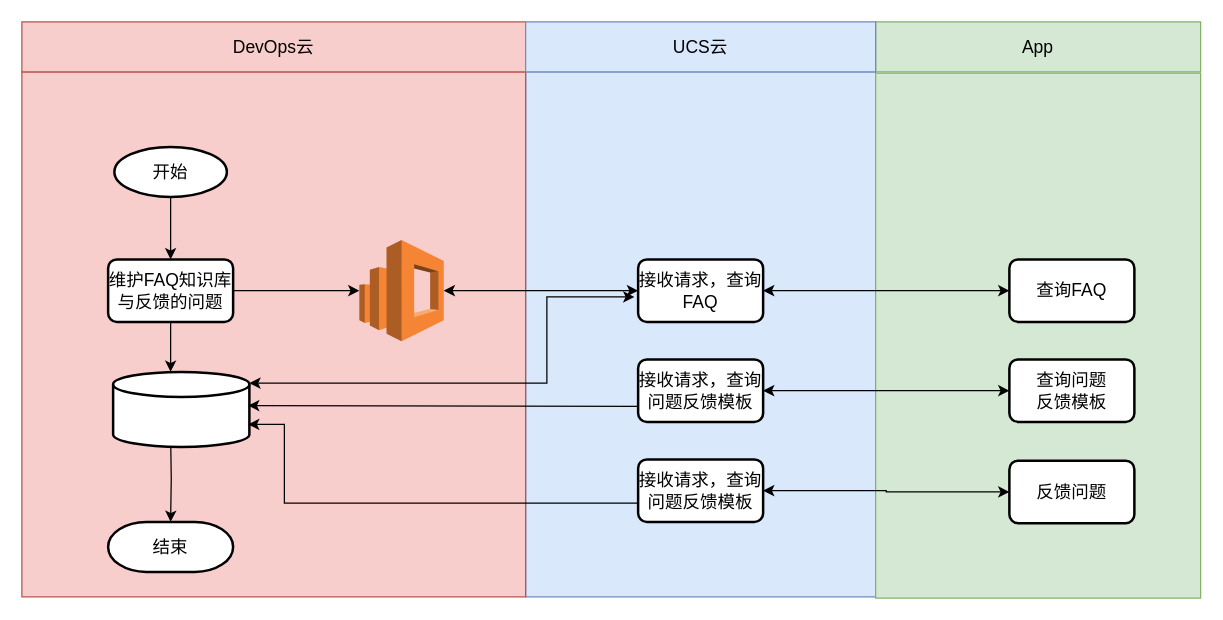
HuaHero/OnLineFaq keeps this draw.io diagram as FAQ总体流程图2-Simple.drawio. Above is the earlier version. Source tidied: cells renumbered, new cells numbered last; positions are measured from the earlier drawing's top-left corner, leaving out a move shared by most shapes. Both pictures are drawn from the tidied source at 125%, with x=0, y=0 at pixel (21, 21).
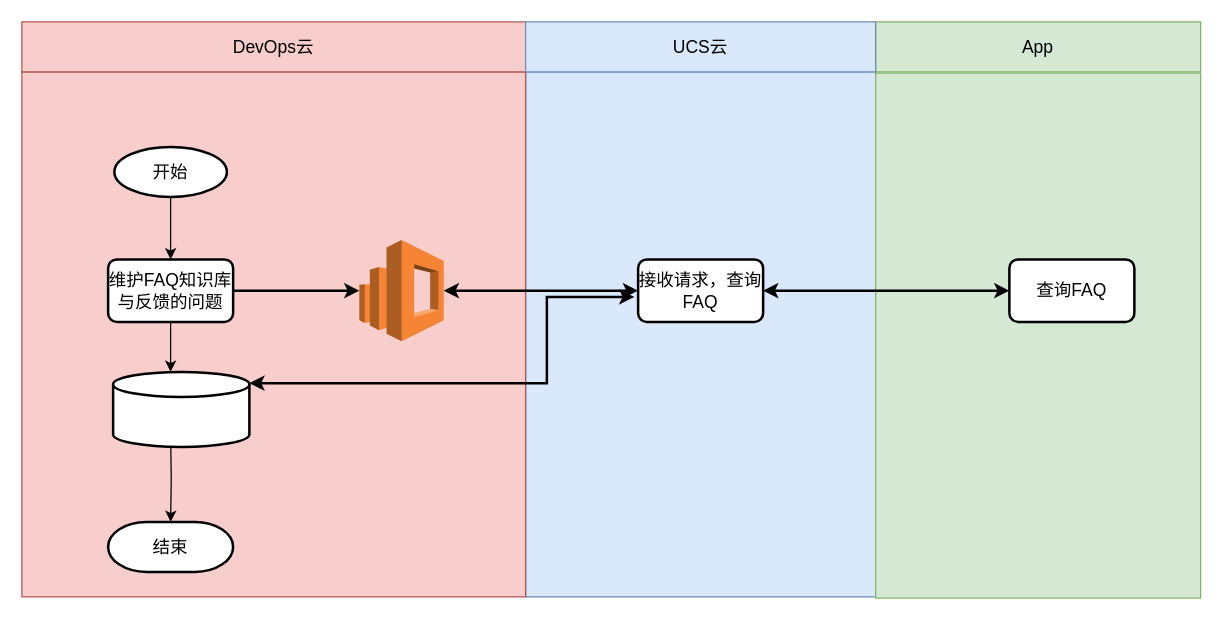
Above is the later version.

Commit message:
更新FAQ总体流程图2-Simple.drawio

The change refers to these unchanged cells:
```xml
<mxCell id="10" value="维护FAQ知识库与反馈的问题" style="rounded=1;whiteSpace=wrap;html=1;absoluteArcSize=1;arcSize=14;strokeWidth=2;fontSize=14;" parent="1" vertex="1">
  <mxGeometry x="69" y="190" width="100" height="50" as="geometry" />
</mxCell>
<mxCell id="13" value="查询FAQ" style="rounded=1;whiteSpace=wrap;html=1;absoluteArcSize=1;arcSize=14;strokeWidth=2;fontSize=14;" parent="1" vertex="1">
  <mxGeometry x="790" y="190" width="100" height="50" as="geometry" />
</mxCell>
<mxCell id="16" value="接收请求，查询FAQ" style="rounded=1;whiteSpace=wrap;html=1;absoluteArcSize=1;arcSize=14;strokeWidth=2;fontSize=14;" parent="1" vertex="1">
  <mxGeometry x="493" y="190" width="100" height="50" as="geometry" />
</mxCell>
<mxCell id="19" style="strokeWidth=2;html=1;shape=mxgraph.flowchart.database;whiteSpace=wrap;fontSize=14;" parent="1" vertex="1">
  <mxGeometry x="73" y="280" width="109" height="60" as="geometry" />
</mxCell>
<mxCell id="28" style="outlineConnect=0;dashed=0;verticalLabelPosition=bottom;verticalAlign=top;align=center;html=1;shape=mxgraph.aws3.elasticsearch_service;fillColor=#F58534;gradientColor=none;" parent="1" vertex="1">
  <mxGeometry x="270" y="174.5" width="67.5" height="81" as="geometry" />
</mxCell>
```

The edit, as a diff of the source:
```diff
@@
-    <mxCell id="9" style="edgeStyle=orthogonalEdgeStyle;rounded=0;jettySize=auto;html=1;exitX=1;exitY=0.5;exitDx=0;exitDy=0;" parent="1" edge="1" source="10" target="28">
+    <mxCell id="9" style="edgeStyle=orthogonalEdgeStyle;rounded=0;jettySize=auto;html=1;exitX=1;exitY=0.5;exitDx=0;exitDy=0;strokeWidth=2;" parent="1" edge="1" source="10" target="28">
       <mxGeometry relative="1" as="geometry" />
     </mxCell>
@@
-    <mxCell id="12" style="edgeStyle=orthogonalEdgeStyle;rounded=0;jettySize=auto;html=1;exitX=0;exitY=0.5;exitDx=0;exitDy=0;entryX=1;entryY=0.5;entryDx=0;entryDy=0;startArrow=classic;startFill=1;fontSize=14;" parent="1" edge="1" source="13" target="16">
+    <mxCell id="12" style="edgeStyle=orthogonalEdgeStyle;rounded=0;jettySize=auto;html=1;exitX=0;exitY=0.5;exitDx=0;exitDy=0;entryX=1;entryY=0.5;entryDx=0;entryDy=0;startArrow=classic;startFill=1;fontSize=14;strokeWidth=2;" parent="1" edge="1" source="13" target="16">
       <mxGeometry relative="1" as="geometry" />
     </mxCell>
@@
-    <mxCell id="17" style="edgeStyle=orthogonalEdgeStyle;rounded=0;jettySize=auto;html=1;exitX=0;exitY=0.5;exitDx=0;exitDy=0;entryX=1;entryY=0.5;entryDx=0;entryDy=0;startArrow=classic;startFill=1;fontSize=14;" parent="1" edge="1" source="18" target="22">
-      <mxGeometry relative="1" as="geometry" />
-    </mxCell>
-    <mxCell id="18" value="查询问题&lt;div style=&quot;font-size: 14px;&quot;&gt;反馈模板&lt;/div&gt;" style="rounded=1;whiteSpace=wrap;html=1;absoluteArcSize=1;arcSize=14;strokeWidth=2;fontSize=14;" parent="1" vertex="1">
-      <mxGeometry x="790" y="270" width="100" height="50" as="geometry" />
-    </mxCell>
@@
-    <mxCell id="20" style="edgeStyle=orthogonalEdgeStyle;rounded=0;jettySize=auto;html=1;exitX=0;exitY=0.5;exitDx=0;exitDy=0;startArrow=classic;startFill=1;fontSize=14;" parent="1" edge="1" source="16" target="28">
+    <mxCell id="20" style="edgeStyle=orthogonalEdgeStyle;rounded=0;jettySize=auto;html=1;exitX=0;exitY=0.5;exitDx=0;exitDy=0;startArrow=classic;startFill=1;fontSize=14;strokeWidth=2;" parent="1" edge="1" source="16" target="28">
       <mxGeometry relative="1" as="geometry" />
     </mxCell>
-    <mxCell id="21" style="edgeStyle=orthogonalEdgeStyle;rounded=0;jettySize=auto;html=1;exitX=0;exitY=0.75;exitDx=0;exitDy=0;fontSize=14;" parent="1" edge="1" source="22">
-      <mxGeometry relative="1" as="geometry">
-        <mxPoint x="181" y="307" as="targetPoint" />
-      </mxGeometry>
-    </mxCell>
-    <mxCell id="22" value="接收请求，查询问题反馈模板" style="rounded=1;whiteSpace=wrap;html=1;absoluteArcSize=1;arcSize=14;strokeWidth=2;fontSize=14;" parent="1" vertex="1">
-      <mxGeometry x="493" y="270" width="100" height="50" as="geometry" />
-    </mxCell>
-    <mxCell id="23" style="edgeStyle=orthogonalEdgeStyle;rounded=0;jettySize=auto;html=1;exitX=0;exitY=0.5;exitDx=0;exitDy=0;entryX=1;entryY=0.5;entryDx=0;entryDy=0;startArrow=classic;startFill=1;fontSize=14;" parent="1" edge="1" source="24" target="25">
-      <mxGeometry relative="1" as="geometry" />
-    </mxCell>
-    <mxCell id="24" value="反馈问题" style="rounded=1;whiteSpace=wrap;html=1;absoluteArcSize=1;arcSize=14;strokeWidth=2;fontSize=14;" parent="1" vertex="1">
-      <mxGeometry x="790" y="351" width="100" height="50" as="geometry" />
-    </mxCell>
-    <mxCell id="25" value="接收请求，查询问题反馈模板" style="rounded=1;whiteSpace=wrap;html=1;absoluteArcSize=1;arcSize=14;strokeWidth=2;fontSize=14;" parent="1" vertex="1">
-      <mxGeometry x="493" y="350" width="100" height="50" as="geometry" />
-    </mxCell>
-    <mxCell id="26" style="edgeStyle=orthogonalEdgeStyle;rounded=0;jettySize=auto;html=1;exitX=0;exitY=0.5;exitDx=0;exitDy=0;entryX=0.991;entryY=0.7;entryDx=0;entryDy=0;entryPerimeter=0;fontSize=14;" parent="1" edge="1" source="25" target="19">
-      <mxGeometry relative="1" as="geometry">
-        <Array as="points">
-          <mxPoint x="210" y="385" />
-          <mxPoint x="210" y="322" />
-        </Array>
-      </mxGeometry>
-    </mxCell>
@@
-    <mxCell id="29" style="endArrow=classic;startArrow=classic;html=1;rounded=0;exitX=1;exitY=0.15;exitDx=0;exitDy=0;exitPerimeter=0;edgeStyle=orthogonalEdgeStyle;" parent="1" edge="1" source="19">
+    <mxCell id="29" style="endArrow=classic;startArrow=classic;html=1;rounded=0;exitX=1;exitY=0.15;exitDx=0;exitDy=0;exitPerimeter=0;edgeStyle=orthogonalEdgeStyle;strokeWidth=2;" parent="1" edge="1" source="19">
       <mxGeometry relative="1" as="geometry">
         <mxPoint x="490" y="220" as="targetPoint" />
         <Array as="points">
           <mxPoint x="420" y="289" />
           <mxPoint x="420" y="220" />
         </Array>
       </mxGeometry>
     </mxCell>
```
